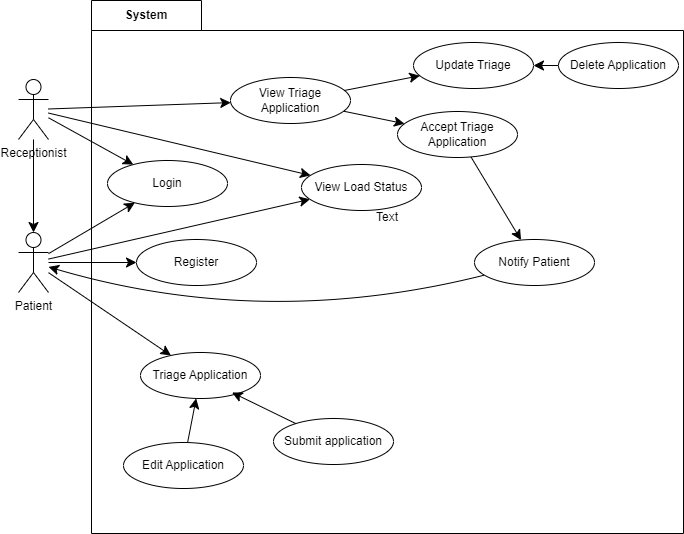
This is UseCaseDiagram.drawio.png from SENG-350-2024-fall/Team5, a draw.io export, as it was before one commit. Source tidied: cells renumbered, new cells last; positions are measured from the earlier drawing's top-left corner, leaving out a move shared by most shapes.
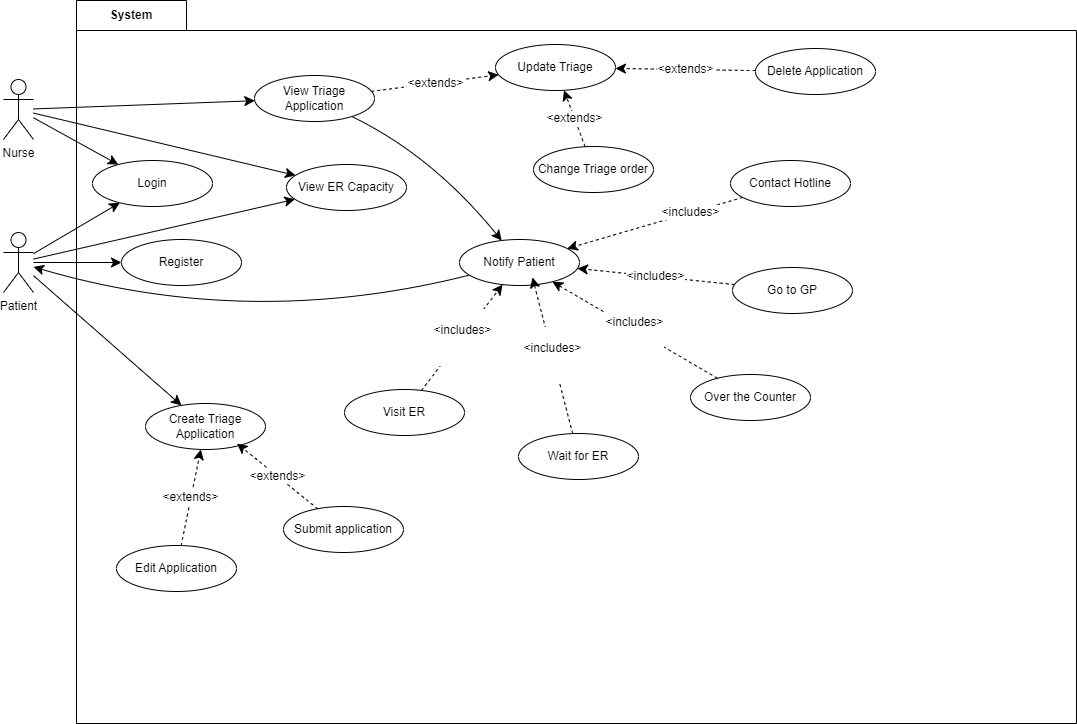
Later version of the same file.

What changed in the source:
```diff
@@ -3,13 +3,31 @@
     <mxCell id="0" />
     <mxCell id="1" parent="0" />
     <mxCell id="2" value="System" style="shape=folder;fontStyle=1;tabWidth=110;tabHeight=30;tabPosition=left;html=1;boundedLbl=1;labelInHeader=1;whiteSpace=wrap;" parent="1" vertex="1">
-      <mxGeometry x="73" width="592" height="533" as="geometry" />
+      <mxGeometry x="73" width="1000" height="723" as="geometry" />
     </mxCell>
-    <mxCell id="3" value="Text" style="html=1;strokeColor=none;fillColor=none;whiteSpace=wrap;" parent="2" vertex="1">
-      <mxGeometry width="592" height="373.1" relative="1" as="geometry">
+    <mxCell id="3" value="&lt;div&gt;&lt;br&gt;&lt;/div&gt;&lt;div&gt;&lt;br&gt;&lt;/div&gt;" style="html=1;strokeColor=none;fillColor=none;whiteSpace=wrap;" parent="2" vertex="1">
+      <mxGeometry width="1000" height="506.1" relative="1" as="geometry">
         <mxPoint y="30" as="offset" />
       </mxGeometry>
     </mxCell>
+    <mxCell id="28" value="Delete Application" style="ellipse;whiteSpace=wrap;html=1;" parent="2" vertex="1">
+      <mxGeometry x="679" y="48" width="120" height="46" as="geometry" />
+    </mxCell>
+    <mxCell id="32" value="Change Triage order" style="ellipse;whiteSpace=wrap;html=1;" parent="2" vertex="1">
+      <mxGeometry x="457" y="146" width="120" height="46" as="geometry" />
+    </mxCell>
+    <mxCell id="33" value="Visit ER" style="ellipse;whiteSpace=wrap;html=1;" parent="2" vertex="1">
+      <mxGeometry x="268" y="389" width="120" height="46" as="geometry" />
+    </mxCell>
+    <mxCell id="24" value="Update Triage" style="ellipse;whiteSpace=wrap;html=1;" parent="2" vertex="1">
+      <mxGeometry x="419" y="44" width="120" height="46" as="geometry" />
+    </mxCell>
+    <mxCell id="27" value="&amp;lt;extends&amp;gt;" style="edgeStyle=none;curved=1;rounded=0;jettySize=auto;html=1;fontSize=12;startSize=8;endSize=8;dashed=1;" parent="2" edge="1" source="28" target="24">
+      <mxGeometry relative="1" as="geometry" />
+    </mxCell>
+    <mxCell id="34" value="&amp;lt;extends&amp;gt;" style="edgeStyle=none;curved=1;rounded=0;jettySize=auto;html=1;fontSize=12;startSize=8;endSize=8;dashed=1;" parent="2" edge="1" source="32" target="24">
+      <mxGeometry relative="1" as="geometry" />
+    </mxCell>
     <mxCell id="4" style="edgeStyle=none;curved=1;rounded=0;jettySize=auto;html=1;fontSize=12;startSize=8;endSize=8;" parent="1" edge="1" source="8" target="14">
       <mxGeometry relative="1" as="geometry" />
     </mxCell>
@@ -28,16 +46,13 @@
     <mxCell id="9" style="edgeStyle=none;curved=1;rounded=0;jettySize=auto;html=1;fontSize=12;startSize=8;endSize=8;" parent="1" edge="1" source="13" target="14">
       <mxGeometry relative="1" as="geometry" />
     </mxCell>
-    <mxCell id="10" style="edgeStyle=none;curved=1;rounded=0;jettySize=auto;html=1;fontSize=12;startSize=8;endSize=8;" parent="1" edge="1" source="13" target="8">
-      <mxGeometry relative="1" as="geometry" />
-    </mxCell>
     <mxCell id="11" style="edgeStyle=none;curved=1;rounded=0;jettySize=auto;html=1;fontSize=12;startSize=8;endSize=8;" parent="1" edge="1" source="13" target="20">
       <mxGeometry relative="1" as="geometry" />
     </mxCell>
     <mxCell id="12" style="edgeStyle=none;curved=1;rounded=0;jettySize=auto;html=1;fontSize=12;startSize=8;endSize=8;" parent="1" edge="1" source="13" target="23">
       <mxGeometry relative="1" as="geometry" />
     </mxCell>
-    <mxCell id="13" value="&lt;div&gt;Receptionist&lt;/div&gt;" style="shape=umlActor;verticalLabelPosition=bottom;verticalAlign=top;html=1;outlineConnect=0;" parent="1" vertex="1">
+    <mxCell id="13" value="&lt;div&gt;Nurse&lt;/div&gt;" style="shape=umlActor;verticalLabelPosition=bottom;verticalAlign=top;html=1;outlineConnect=0;" parent="1" vertex="1">
       <mxGeometry y="79" width="30" height="60" as="geometry" />
     </mxCell>
     <mxCell id="14" value="Login" style="ellipse;whiteSpace=wrap;html=1;" parent="1" vertex="1">
@@ -46,45 +61,34 @@
     <mxCell id="15" value="Register" style="ellipse;whiteSpace=wrap;html=1;" parent="1" vertex="1">
       <mxGeometry x="118" y="239" width="120" height="46" as="geometry" />
     </mxCell>
-    <mxCell id="16" value="Triage Application" style="ellipse;whiteSpace=wrap;html=1;" parent="1" vertex="1">
-      <mxGeometry x="122" y="352" width="120" height="46" as="geometry" />
+    <mxCell id="16" value="Create Triage Application" style="ellipse;whiteSpace=wrap;html=1;" parent="1" vertex="1">
+      <mxGeometry x="142" y="403" width="120" height="46" as="geometry" />
     </mxCell>
-    <mxCell id="17" style="edgeStyle=none;curved=1;rounded=0;jettySize=auto;html=1;fontSize=12;startSize=8;endSize=8;" parent="1" edge="1" source="18" target="16">
+    <mxCell id="17" value="&amp;lt;extends&amp;gt;" style="edgeStyle=none;curved=1;rounded=0;jettySize=auto;html=1;fontSize=12;startSize=8;endSize=8;dashed=1;" parent="1" edge="1" source="18" target="16">
       <mxGeometry relative="1" as="geometry" />
     </mxCell>
     <mxCell id="18" value="Edit Application" style="ellipse;whiteSpace=wrap;html=1;" parent="1" vertex="1">
-      <mxGeometry x="105" y="442" width="120" height="46" as="geometry" />
+      <mxGeometry x="113" y="545" width="120" height="46" as="geometry" />
     </mxCell>
     <mxCell id="19" value="Submit application" style="ellipse;whiteSpace=wrap;html=1;" parent="1" vertex="1">
-      <mxGeometry x="255" y="418" width="120" height="46" as="geometry" />
+      <mxGeometry x="280" y="506" width="120" height="46" as="geometry" />
     </mxCell>
-    <mxCell id="20" value="View Load Status" style="ellipse;whiteSpace=wrap;html=1;" parent="1" vertex="1">
+    <mxCell id="20" value="View ER Capacity" style="ellipse;whiteSpace=wrap;html=1;" parent="1" vertex="1">
       <mxGeometry x="283" y="164" width="120" height="46" as="geometry" />
     </mxCell>
-    <mxCell id="21" style="edgeStyle=none;curved=1;rounded=0;jettySize=auto;html=1;fontSize=12;startSize=8;endSize=8;" parent="1" edge="1" source="23" target="24">
+    <mxCell id="21" value="&amp;lt;extends&amp;gt;" style="edgeStyle=none;curved=1;rounded=0;jettySize=auto;html=1;fontSize=12;startSize=8;endSize=8;dashed=1;" parent="1" edge="1" source="23" target="24">
       <mxGeometry relative="1" as="geometry" />
     </mxCell>
-    <mxCell id="22" style="edgeStyle=none;curved=1;rounded=0;jettySize=auto;html=1;fontSize=12;startSize=8;endSize=8;" parent="1" edge="1" source="23" target="26">
-      <mxGeometry relative="1" as="geometry" />
-    </mxCell>
+    <mxCell id="35" style="edgeStyle=none;curved=1;rounded=0;jettySize=auto;html=1;fontSize=12;startSize=8;endSize=8;" parent="1" edge="1" source="23" target="30">
+      <mxGeometry relative="1" as="geometry">
+        <Array as="points">
+          <mxPoint x="429" y="155" />
+        </Array>
+      </mxGeometry>
+    </mxCell>
     <mxCell id="23" value="View Triage Application" style="ellipse;whiteSpace=wrap;html=1;" parent="1" vertex="1">
-      <mxGeometry x="212" y="77" width="120" height="46" as="geometry" />
+      <mxGeometry x="251" y="75" width="120" height="46" as="geometry" />
     </mxCell>
-    <mxCell id="24" value="Update Triage" style="ellipse;whiteSpace=wrap;html=1;" parent="1" vertex="1">
-      <mxGeometry x="395" y="42" width="120" height="46" as="geometry" />
-    </mxCell>
-    <mxCell id="25" style="edgeStyle=none;curved=1;rounded=0;jettySize=auto;html=1;fontSize=12;startSize=8;endSize=8;" parent="1" edge="1" source="26" target="30">
-      <mxGeometry relative="1" as="geometry" />
-    </mxCell>
-    <mxCell id="26" value="Accept Triage Application" style="ellipse;whiteSpace=wrap;html=1;" parent="1" vertex="1">
-      <mxGeometry x="379" y="111" width="120" height="46" as="geometry" />
-    </mxCell>
-    <mxCell id="27" style="edgeStyle=none;curved=1;rounded=0;jettySize=auto;html=1;fontSize=12;startSize=8;endSize=8;" parent="1" edge="1" source="28" target="24">
-      <mxGeometry relative="1" as="geometry" />
-    </mxCell>
-    <mxCell id="28" value="Delete Application" style="ellipse;whiteSpace=wrap;html=1;" parent="1" vertex="1">
-      <mxGeometry x="540" y="42" width="120" height="46" as="geometry" />
-    </mxCell>
     <mxCell id="29" style="edgeStyle=none;curved=1;rounded=0;jettySize=auto;html=1;fontSize=12;startSize=8;endSize=8;" parent="1" edge="1" source="30" target="8">
       <mxGeometry relative="1" as="geometry">
         <Array as="points">
@@ -95,8 +99,38 @@
     <mxCell id="30" value="Notify Patient" style="ellipse;whiteSpace=wrap;html=1;" parent="1" vertex="1">
       <mxGeometry x="456" y="239" width="120" height="46" as="geometry" />
     </mxCell>
-    <mxCell id="31" style="edgeStyle=none;curved=1;rounded=0;jettySize=auto;html=1;entryX=0.763;entryY=0.87;entryDx=0;entryDy=0;entryPerimeter=0;fontSize=12;startSize=8;endSize=8;" parent="1" edge="1" source="19" target="16">
+    <mxCell id="31" value="&amp;lt;extends&amp;gt;" style="edgeStyle=none;curved=1;rounded=0;jettySize=auto;html=1;entryX=0.763;entryY=0.87;entryDx=0;entryDy=0;entryPerimeter=0;fontSize=12;startSize=8;endSize=8;dashed=1;" parent="1" edge="1" source="19" target="16">
       <mxGeometry relative="1" as="geometry" />
     </mxCell>
+    <mxCell id="36" value="&#10;&lt;span style=&quot;color: rgb(0, 0, 0); font-family: Helvetica; font-size: 12px; font-style: normal; font-variant-ligatures: normal; font-variant-caps: normal; font-weight: 400; letter-spacing: normal; orphans: 2; text-align: center; text-indent: 0px; text-transform: none; widows: 2; word-spacing: 0px; -webkit-text-stroke-width: 0px; white-space: nowrap; background-color: rgb(255, 255, 255); text-decoration-thickness: initial; text-decoration-style: initial; text-decoration-color: initial; display: inline !important; float: none;&quot;&gt;&amp;lt;includes&amp;gt;&lt;/span&gt;&#10;&#10;" style="edgeStyle=none;curved=1;rounded=0;jettySize=auto;html=1;fontSize=12;startSize=8;endSize=8;dashed=1;" parent="1" edge="1" source="33" target="30">
+      <mxGeometry relative="1" as="geometry" />
+    </mxCell>
+    <mxCell id="37" value="&#10;&lt;span style=&quot;color: rgb(0, 0, 0); font-family: Helvetica; font-size: 12px; font-style: normal; font-variant-ligatures: normal; font-variant-caps: normal; font-weight: 400; letter-spacing: normal; orphans: 2; text-align: center; text-indent: 0px; text-transform: none; widows: 2; word-spacing: 0px; -webkit-text-stroke-width: 0px; white-space: nowrap; background-color: rgb(255, 255, 255); text-decoration-thickness: initial; text-decoration-style: initial; text-decoration-color: initial; display: inline !important; float: none;&quot;&gt;&amp;lt;includes&amp;gt;&lt;/span&gt;&#10;&#10;" style="rounded=0;jettySize=auto;html=1;fontSize=12;startSize=8;endSize=8;dashed=1;" parent="1" edge="1" source="38" target="30">
+      <mxGeometry relative="1" as="geometry" />
+    </mxCell>
+    <mxCell id="38" value="Over the Counter" style="ellipse;whiteSpace=wrap;html=1;" parent="1" vertex="1">
+      <mxGeometry x="687" y="374" width="120" height="46" as="geometry" />
+    </mxCell>
+    <mxCell id="39" style="edgeStyle=none;curved=1;rounded=0;jettySize=auto;html=1;fontSize=12;startSize=8;endSize=8;dashed=1;" parent="1" edge="1" source="41" target="30">
+      <mxGeometry relative="1" as="geometry" />
+    </mxCell>
+    <mxCell id="40" value="&amp;lt;includes&amp;gt;" style="edgeLabel;html=1;align=center;verticalAlign=middle;fontSize=12;" parent="39" vertex="1">
+      <mxGeometry x="-0.4" y="-1" relative="1" as="geometry" />
+    </mxCell>
+    <mxCell id="41" value="Contact Hotline" style="ellipse;whiteSpace=wrap;html=1;" parent="1" vertex="1">
+      <mxGeometry x="727" y="160" width="120" height="46" as="geometry" />
+    </mxCell>
+    <mxCell id="42" value="&amp;lt;includes&amp;gt;" style="edgeStyle=none;curved=1;rounded=0;jettySize=auto;html=1;fontSize=12;startSize=8;endSize=8;dashed=1;" parent="1" edge="1" source="43" target="30">
+      <mxGeometry relative="1" as="geometry" />
+    </mxCell>
+    <mxCell id="43" value="Go to GP" style="ellipse;whiteSpace=wrap;html=1;" parent="1" vertex="1">
+      <mxGeometry x="729" y="267" width="120" height="46" as="geometry" />
+    </mxCell>
+    <mxCell id="44" value="Wait for ER" style="ellipse;whiteSpace=wrap;html=1;" parent="1" vertex="1">
+      <mxGeometry x="515" y="433" width="120" height="46" as="geometry" />
+    </mxCell>
+    <mxCell id="45" value="&#10;&lt;span style=&quot;color: rgb(0, 0, 0); font-family: Helvetica; font-size: 12px; font-style: normal; font-variant-ligatures: normal; font-variant-caps: normal; font-weight: 400; letter-spacing: normal; orphans: 2; text-align: center; text-indent: 0px; text-transform: none; widows: 2; word-spacing: 0px; -webkit-text-stroke-width: 0px; white-space: nowrap; background-color: rgb(255, 255, 255); text-decoration-thickness: initial; text-decoration-style: initial; text-decoration-color: initial; display: inline !important; float: none;&quot;&gt;&amp;lt;includes&amp;gt;&lt;/span&gt;&#10;&#10;" style="edgeStyle=none;curved=1;rounded=0;jettySize=auto;html=1;entryX=0.608;entryY=0.826;entryDx=0;entryDy=0;entryPerimeter=0;fontSize=12;startSize=8;endSize=8;dashed=1;" parent="1" edge="1" source="44" target="30">
+      <mxGeometry relative="1" as="geometry" />
+    </mxCell>
   </root>
 </mxGraphModel>
```
